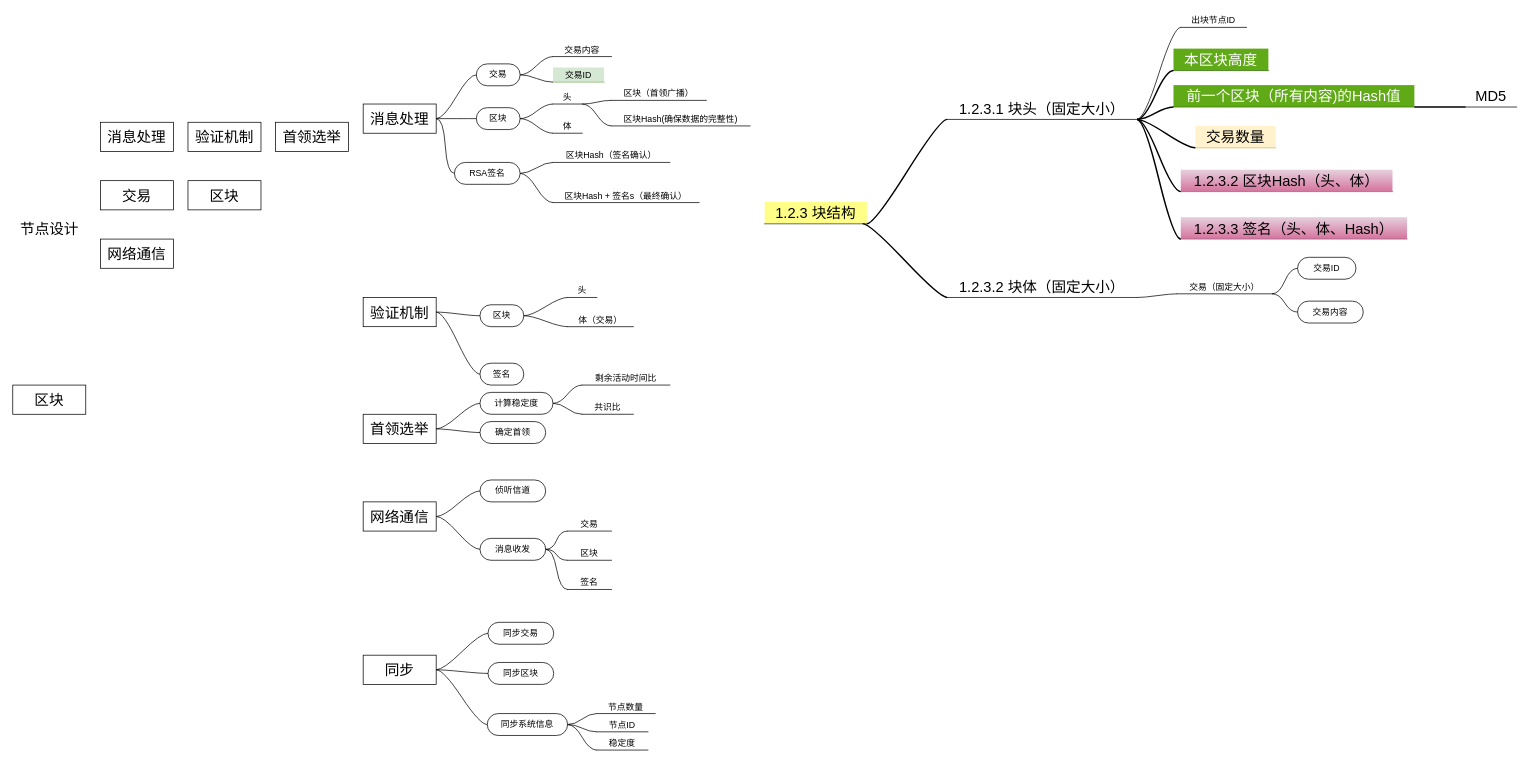
LiZhang2021/Blockchain keeps this draw.io diagram as page "第 4 页" (4 of 4) of Doc/PHD_Papers/Thesis_Paper/A_Stable_Consensus_Protocol_in_Wireless_Blockchain_System/Algorithm_Codes.drawio. Above is the earlier version. Source tidied: cells renumbered, new cells numbered last; positions are measured from the earlier drawing's top-left corner, leaving out a move shared by most shapes. Both pictures are drawn from the tidied source at 73%, with x=0, y=0 at pixel (12, 12).
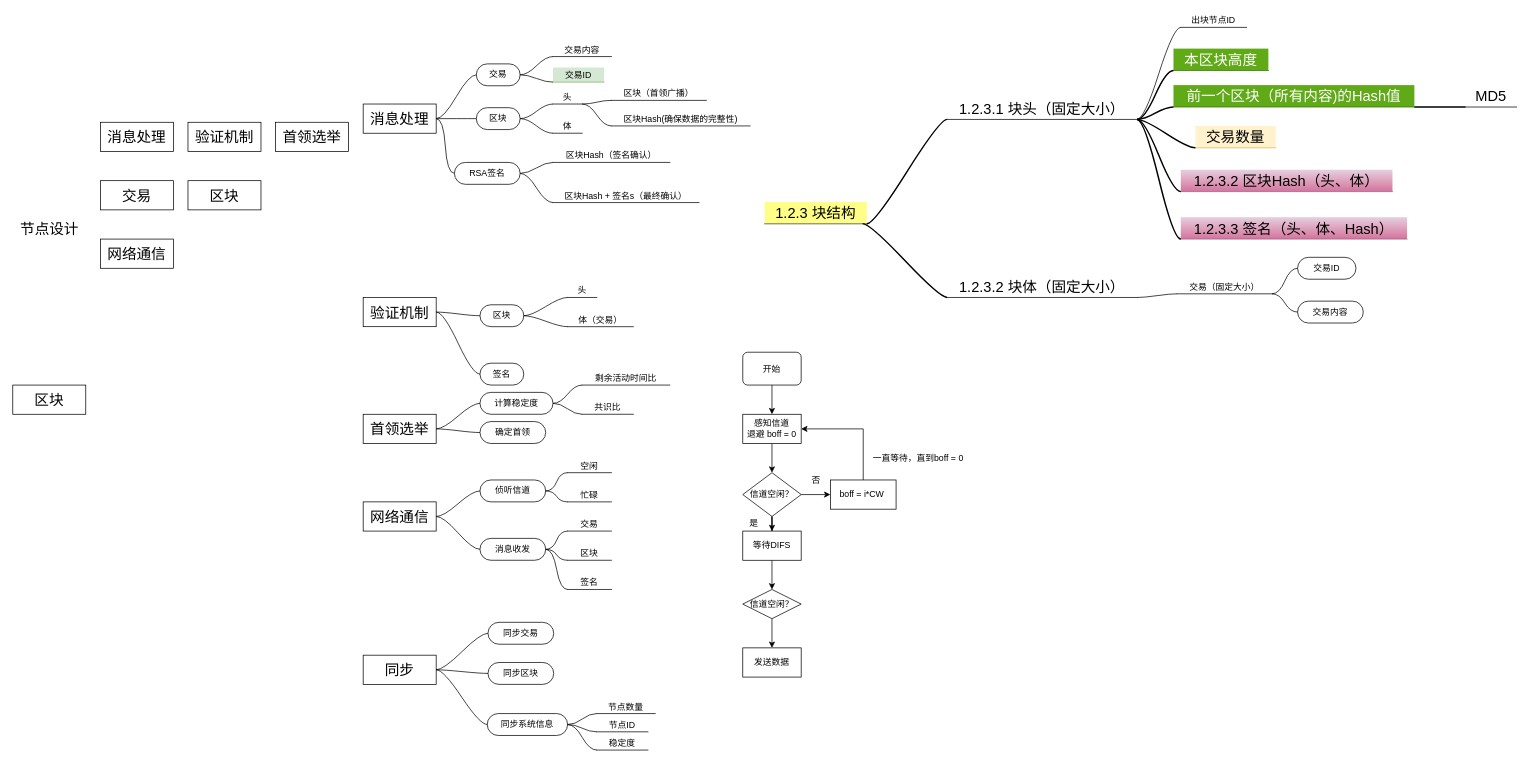
The same diagram, later.

The change refers to these unchanged cells:
```xml
<mxCell id="45" value="侦听信道" style="whiteSpace=wrap;html=1;rounded=1;arcSize=50;align=center;verticalAlign=middle;strokeWidth=1;spacing=4;newEdgeStyle={&quot;edgeStyle&quot;:&quot;entityRelationEdgeStyle&quot;,&quot;startArrow&quot;:&quot;none&quot;,&quot;endArrow&quot;:&quot;none&quot;,&quot;segment&quot;:10,&quot;curved&quot;:1};" parent="1" vertex="1">
  <mxGeometry x="640" y="640" width="90" height="30" as="geometry" />
</mxCell>
```

The edit, as a diff of the source:
```diff
@@
+    <mxCell id="101" value="空闲" style="whiteSpace=wrap;html=1;shape=partialRectangle;top=0;left=0;bottom=1;right=0;points=[[0,1],[1,1]];fillColor=none;align=center;verticalAlign=bottom;routingCenterY=0.5;snapToPoint=1;newEdgeStyle={&quot;edgeStyle&quot;:&quot;entityRelationEdgeStyle&quot;,&quot;startArrow&quot;:&quot;none&quot;,&quot;endArrow&quot;:&quot;none&quot;,&quot;segment&quot;:10,&quot;curved&quot;:1};" parent="1" vertex="1">
+      <mxGeometry x="760" y="610" width="60" height="20" as="geometry" />
+    </mxCell>
+    <mxCell id="102" style="edgeStyle=entityRelationEdgeStyle;startArrow=none;endArrow=none;segment=10;curved=1;rounded=0;" parent="1" edge="1" source="45" target="101">
+      <mxGeometry relative="1" as="geometry" />
+    </mxCell>
+    <mxCell id="103" value="忙碌" style="whiteSpace=wrap;html=1;shape=partialRectangle;top=0;left=0;bottom=1;right=0;points=[[0,1],[1,1]];fillColor=none;align=center;verticalAlign=bottom;routingCenterY=0.5;snapToPoint=1;newEdgeStyle={&quot;edgeStyle&quot;:&quot;entityRelationEdgeStyle&quot;,&quot;startArrow&quot;:&quot;none&quot;,&quot;endArrow&quot;:&quot;none&quot;,&quot;segment&quot;:10,&quot;curved&quot;:1};" parent="1" vertex="1">
+      <mxGeometry x="760" y="650" width="60" height="20" as="geometry" />
+    </mxCell>
+    <mxCell id="104" style="edgeStyle=entityRelationEdgeStyle;startArrow=none;endArrow=none;segment=10;curved=1;rounded=0;" parent="1" edge="1" source="45" target="103">
+      <mxGeometry relative="1" as="geometry" />
+    </mxCell>
+    <mxCell id="105" style="edgeStyle=orthogonalEdgeStyle;rounded=0;jettySize=auto;html=1;" parent="1" edge="1" source="106" target="109">
+      <mxGeometry relative="1" as="geometry" />
+    </mxCell>
+    <mxCell id="106" value="感知信道&lt;br&gt;退避 boff = 0" style="rounded=0;whiteSpace=wrap;html=1;" parent="1" vertex="1">
+      <mxGeometry x="1000" y="550" width="80" height="40" as="geometry" />
+    </mxCell>
+    <mxCell id="107" style="edgeStyle=orthogonalEdgeStyle;rounded=0;jettySize=auto;html=1;" parent="1" edge="1" source="109" target="111">
+      <mxGeometry relative="1" as="geometry" />
+    </mxCell>
+    <mxCell id="108" style="edgeStyle=orthogonalEdgeStyle;rounded=0;jettySize=auto;html=1;" parent="1" edge="1" source="109" target="118">
+      <mxGeometry relative="1" as="geometry" />
+    </mxCell>
+    <mxCell id="109" value="信道空闲？" style="rhombus;whiteSpace=wrap;html=1;rounded=0;" parent="1" vertex="1">
+      <mxGeometry x="1000" y="630" width="80" height="60" as="geometry" />
+    </mxCell>
+    <mxCell id="110" style="edgeStyle=orthogonalEdgeStyle;rounded=0;jettySize=auto;html=1;" parent="1" edge="1" source="111" target="113">
+      <mxGeometry relative="1" as="geometry" />
+    </mxCell>
+    <mxCell id="111" value="等待DIFS" style="whiteSpace=wrap;html=1;rounded=0;" parent="1" vertex="1">
+      <mxGeometry x="1000" y="710" width="80" height="40" as="geometry" />
+    </mxCell>
+    <mxCell id="112" style="edgeStyle=orthogonalEdgeStyle;rounded=0;jettySize=auto;html=1;" parent="1" edge="1" source="113" target="117">
+      <mxGeometry relative="1" as="geometry" />
+    </mxCell>
+    <mxCell id="113" value="信道空闲？" style="rhombus;whiteSpace=wrap;html=1;rounded=0;" parent="1" vertex="1">
+      <mxGeometry x="1000" y="790" width="80" height="40" as="geometry" />
+    </mxCell>
+    <mxCell id="114" value="是" style="text;html=1;align=center;verticalAlign=middle;strokeColor=none;fillColor=none;" parent="1" vertex="1">
+      <mxGeometry x="1000" y="690" width="30" height="20" as="geometry" />
+    </mxCell>
+    <mxCell id="115" style="edgeStyle=orthogonalEdgeStyle;rounded=0;jettySize=auto;html=1;exitX=0.5;exitY=1;exitDx=0;exitDy=0;entryX=0.5;entryY=0;entryDx=0;entryDy=0;" parent="1" edge="1" source="116" target="106">
+      <mxGeometry relative="1" as="geometry" />
+    </mxCell>
+    <mxCell id="116" value="开始" style="rounded=1;whiteSpace=wrap;html=1;" parent="1" vertex="1">
+      <mxGeometry x="1000" y="465" width="80" height="45" as="geometry" />
+    </mxCell>
+    <mxCell id="117" value="发送数据" style="whiteSpace=wrap;html=1;rounded=0;" parent="1" vertex="1">
+      <mxGeometry x="1000" y="870" width="80" height="40" as="geometry" />
+    </mxCell>
+    <mxCell id="118" value="boff = i*CW&amp;nbsp;" style="whiteSpace=wrap;html=1;rounded=0;" parent="1" vertex="1">
+      <mxGeometry x="1120" y="640" width="90" height="40" as="geometry" />
+    </mxCell>
+    <mxCell id="119" value="否" style="text;html=1;align=center;verticalAlign=middle;strokeColor=none;fillColor=none;" parent="1" vertex="1">
+      <mxGeometry x="1085" y="630" width="30" height="20" as="geometry" />
+    </mxCell>
+    <mxCell id="120" style="edgeStyle=orthogonalEdgeStyle;rounded=0;jettySize=auto;html=1;exitX=0.5;exitY=0;exitDx=0;exitDy=0;entryX=1;entryY=0.5;entryDx=0;entryDy=0;" parent="1" edge="1" source="118" target="106">
+      <mxGeometry relative="1" as="geometry" />
+    </mxCell>
+    <mxCell id="121" value="一直等待，直到boff = 0" style="text;html=1;align=center;verticalAlign=middle;strokeColor=none;fillColor=none;" parent="1" vertex="1">
+      <mxGeometry x="1170" y="600" width="140" height="20" as="geometry" />
+    </mxCell>
```
